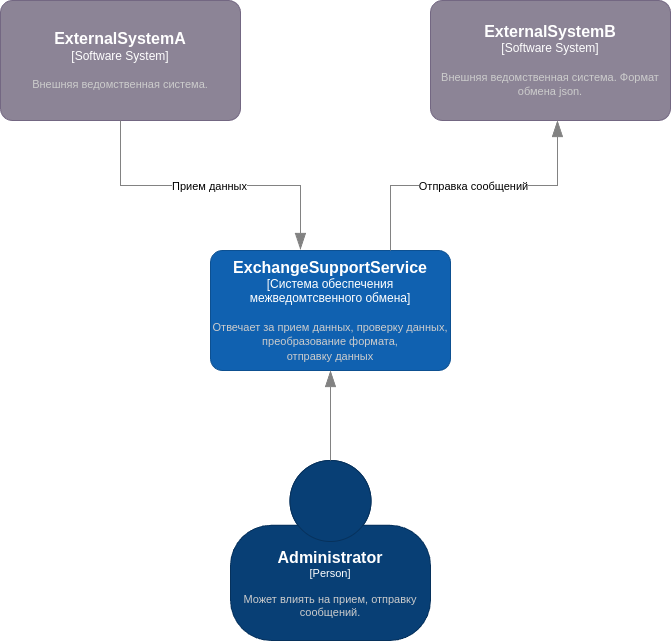
Above: docs/architecture/c4-context.drawio.png in StasMerzlyakov/exchange-support-center (draw.io), before the change. Source tidied: cells renumbered, new cells last; positions are measured from the earlier drawing's top-left corner, leaving out a move shared by most shapes. Its diagram source:
```xml
<mxGraphModel>
  <root>
    <mxCell id="0" />
    <mxCell id="1" parent="0" />
    <object id="2" label="&lt;font style=&quot;font-size: 16px&quot;&gt;&lt;b&gt;%c4Name%&lt;/b&gt;&lt;/font&gt;&lt;div&gt;[%c4Type%]&lt;/div&gt;&lt;br&gt;&lt;div&gt;&lt;font style=&quot;font-size: 11px&quot;&gt;&lt;font color=&quot;#cccccc&quot;&gt;%c4Description%&lt;/font&gt;&lt;/div&gt;" c4Description="Отвечает за прием данных, проверку данных, преобразование формата, &#10;отправку данных" c4Name="ExchangeSupportService" c4Type="Система обеспечения межведомтсвенного обмена" placeholders="1">
      <mxCell style="rounded=1;whiteSpace=wrap;html=1;labelBackgroundColor=none;fillColor=#1061B0;fontColor=#ffffff;align=center;arcSize=10;strokeColor=#0D5091;points=[[0.25,0,0],[0.5,0,0],[0.75,0,0],[1,0.25,0],[1,0.5,0],[1,0.75,0],[0.75,1,0],[0.5,1,0],[0.25,1,0],[0,0.75,0],[0,0.5,0],[0,0.25,0]];" parent="1" vertex="1">
        <mxGeometry x="210" y="250" width="240" height="120" as="geometry" />
      </mxCell>
    </object>
    <object id="3" label="&lt;font style=&quot;font-size: 16px&quot;&gt;&lt;b&gt;%c4Name%&lt;/b&gt;&lt;/font&gt;&lt;div&gt;[%c4Type%]&lt;/div&gt;&lt;br&gt;&lt;div&gt;&lt;font style=&quot;font-size: 11px&quot;&gt;&lt;font color=&quot;#cccccc&quot;&gt;%c4Description%&lt;/font&gt;&lt;/div&gt;" c4Description="Внешняя ведомственная система." c4Name="ExternalSystemA" c4Type="Software System" placeholders="1">
      <mxCell style="rounded=1;whiteSpace=wrap;html=1;labelBackgroundColor=none;fillColor=#8C8496;fontColor=#ffffff;align=center;arcSize=10;strokeColor=#736782;points=[[0.25,0,0],[0.5,0,0],[0.75,0,0],[1,0.25,0],[1,0.5,0],[1,0.75,0],[0.75,1,0],[0.5,1,0],[0.25,1,0],[0,0.75,0],[0,0.5,0],[0,0.25,0]];" parent="1" vertex="1">
        <mxGeometry width="240" height="120" as="geometry" />
      </mxCell>
    </object>
    <object id="4" label="&lt;font style=&quot;font-size: 16px&quot;&gt;&lt;b&gt;%c4Name%&lt;/b&gt;&lt;/font&gt;&lt;div&gt;[%c4Type%]&lt;/div&gt;&lt;br&gt;&lt;div&gt;&lt;font style=&quot;font-size: 11px&quot;&gt;&lt;font color=&quot;#cccccc&quot;&gt;%c4Description%&lt;/font&gt;&lt;/div&gt;" c4Description="Внешняя ведомственная система. Формат обмена json." c4Name="ExternalSystemB" c4Type="Software System" placeholders="1">
      <mxCell style="rounded=1;whiteSpace=wrap;html=1;labelBackgroundColor=none;fillColor=#8C8496;fontColor=#ffffff;align=center;arcSize=10;strokeColor=#736782;points=[[0.25,0,0],[0.5,0,0],[0.75,0,0],[1,0.25,0],[1,0.5,0],[1,0.75,0],[0.75,1,0],[0.5,1,0],[0.25,1,0],[0,0.75,0],[0,0.5,0],[0,0.25,0]];" parent="1" vertex="1">
        <mxGeometry x="430" width="240" height="120" as="geometry" />
      </mxCell>
    </object>
    <object id="5" label="&lt;font style=&quot;font-size: 16px&quot;&gt;&lt;b&gt;%c4Name%&lt;/b&gt;&lt;/font&gt;&lt;div&gt;[%c4Type%]&lt;/div&gt;&lt;br&gt;&lt;div&gt;&lt;font style=&quot;font-size: 11px&quot;&gt;&lt;font color=&quot;#cccccc&quot;&gt;%c4Description%&lt;/font&gt;&lt;/div&gt;" c4Description="Может влиять на прием, отправку сообщений." c4Name="Administrator" c4Type="Person" placeholders="1">
      <mxCell style="html=1;fontSize=11;dashed=0;whiteSpace=wrap;fillColor=#083F75;strokeColor=#06315C;fontColor=#ffffff;shape=mxgraph.c4.person2;align=center;points=[[0.5,0,0],[1,0.5,0],[1,0.75,0],[0.75,1,0],[0.5,1,0],[0.25,1,0],[0,0.75,0],[0,0.5,0]];" parent="1" vertex="1">
        <mxGeometry x="230" y="460" width="200" height="180" as="geometry" />
      </mxCell>
    </object>
    <object id="6" label="&lt;div style=&quot;text-align: left&quot;&gt;&lt;div style=&quot;text-align: center&quot;&gt;&lt;b&gt;%c4Description%&lt;/b&gt;&lt;/div&gt;" c4Description="" c4Type="" placeholders="1">
      <mxCell style="endArrow=blockThin;html=1;fontSize=10;fontColor=#404040;strokeWidth=1;endFill=1;strokeColor=#828282;elbow=vertical;endSize=14;startSize=14;jumpStyle=arc;jumpSize=16;rounded=0;edgeStyle=orthogonalEdgeStyle;entryX=0.5;entryY=1;entryDx=0;entryDy=0;entryPerimeter=0;exitX=0.5;exitY=0;exitDx=0;exitDy=0;exitPerimeter=0;" parent="1" edge="1" source="5" target="2">
        <mxGeometry relative="1" as="geometry" />
      </mxCell>
    </object>
    <object id="7" label="&lt;div style=&quot;text-align: left&quot;&gt;&lt;div style=&quot;text-align: center&quot;&gt;&lt;b&gt;%c4Description%&lt;/b&gt;&lt;/div&gt;" c4Description="" c4Type="" placeholders="1">
      <mxCell style="endArrow=blockThin;html=1;fontSize=10;fontColor=#404040;strokeWidth=1;endFill=1;strokeColor=#828282;elbow=vertical;endSize=14;startSize=14;jumpStyle=arc;jumpSize=16;rounded=0;edgeStyle=orthogonalEdgeStyle;entryX=0.529;entryY=1;entryDx=0;entryDy=0;entryPerimeter=0;exitX=0.75;exitY=0;exitDx=0;exitDy=0;exitPerimeter=0;" parent="1" edge="1" source="2" target="4">
        <mxGeometry relative="1" as="geometry" />
      </mxCell>
    </object>
    <mxCell id="8" value="Отправка сообщений" style="edgeLabel;html=1;align=center;verticalAlign=middle;" parent="7" vertex="1">
      <mxGeometry x="-0.01" relative="1" as="geometry" />
    </mxCell>
    <object id="9" label="&lt;div style=&quot;text-align: left&quot;&gt;&lt;div style=&quot;text-align: center&quot;&gt;&lt;b&gt;%c4Description%&lt;/b&gt;&lt;/div&gt;" c4Description="" c4Type="" placeholders="1">
      <mxCell style="endArrow=blockThin;html=1;fontSize=10;fontColor=#404040;strokeWidth=1;endFill=1;strokeColor=#828282;elbow=vertical;endSize=14;startSize=14;jumpStyle=arc;jumpSize=16;rounded=0;edgeStyle=orthogonalEdgeStyle;entryX=0.375;entryY=-0.008;entryDx=0;entryDy=0;entryPerimeter=0;exitX=0.5;exitY=1;exitDx=0;exitDy=0;exitPerimeter=0;" parent="1" edge="1" source="3" target="2">
        <mxGeometry relative="1" as="geometry" />
      </mxCell>
    </object>
    <mxCell id="10" value="Прием данных" style="edgeLabel;html=1;align=center;verticalAlign=middle;" parent="9" vertex="1">
      <mxGeometry x="-0.01" relative="1" as="geometry" />
    </mxCell>
  </root>
</mxGraphModel>
```
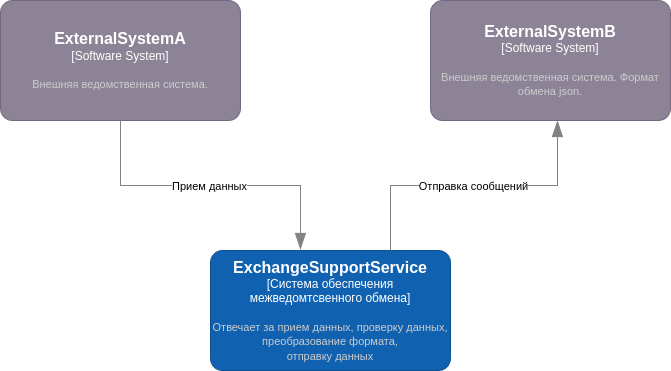
After the change.

Change to the diagram source:
```diff
@@ -17,16 +17,6 @@
         <mxGeometry x="430" width="240" height="120" as="geometry" />
       </mxCell>
     </object>
-    <object id="5" label="&lt;font style=&quot;font-size: 16px&quot;&gt;&lt;b&gt;%c4Name%&lt;/b&gt;&lt;/font&gt;&lt;div&gt;[%c4Type%]&lt;/div&gt;&lt;br&gt;&lt;div&gt;&lt;font style=&quot;font-size: 11px&quot;&gt;&lt;font color=&quot;#cccccc&quot;&gt;%c4Description%&lt;/font&gt;&lt;/div&gt;" c4Description="Может влиять на прием, отправку сообщений." c4Name="Administrator" c4Type="Person" placeholders="1">
-      <mxCell style="html=1;fontSize=11;dashed=0;whiteSpace=wrap;fillColor=#083F75;strokeColor=#06315C;fontColor=#ffffff;shape=mxgraph.c4.person2;align=center;points=[[0.5,0,0],[1,0.5,0],[1,0.75,0],[0.75,1,0],[0.5,1,0],[0.25,1,0],[0,0.75,0],[0,0.5,0]];" parent="1" vertex="1">
-        <mxGeometry x="230" y="460" width="200" height="180" as="geometry" />
-      </mxCell>
-    </object>
-    <object id="6" label="&lt;div style=&quot;text-align: left&quot;&gt;&lt;div style=&quot;text-align: center&quot;&gt;&lt;b&gt;%c4Description%&lt;/b&gt;&lt;/div&gt;" c4Description="" c4Type="" placeholders="1">
-      <mxCell style="endArrow=blockThin;html=1;fontSize=10;fontColor=#404040;strokeWidth=1;endFill=1;strokeColor=#828282;elbow=vertical;endSize=14;startSize=14;jumpStyle=arc;jumpSize=16;rounded=0;edgeStyle=orthogonalEdgeStyle;entryX=0.5;entryY=1;entryDx=0;entryDy=0;entryPerimeter=0;exitX=0.5;exitY=0;exitDx=0;exitDy=0;exitPerimeter=0;" parent="1" edge="1" source="5" target="2">
-        <mxGeometry relative="1" as="geometry" />
-      </mxCell>
-    </object>
     <object id="7" label="&lt;div style=&quot;text-align: left&quot;&gt;&lt;div style=&quot;text-align: center&quot;&gt;&lt;b&gt;%c4Description%&lt;/b&gt;&lt;/div&gt;" c4Description="" c4Type="" placeholders="1">
       <mxCell style="endArrow=blockThin;html=1;fontSize=10;fontColor=#404040;strokeWidth=1;endFill=1;strokeColor=#828282;elbow=vertical;endSize=14;startSize=14;jumpStyle=arc;jumpSize=16;rounded=0;edgeStyle=orthogonalEdgeStyle;entryX=0.529;entryY=1;entryDx=0;entryDy=0;entryPerimeter=0;exitX=0.75;exitY=0;exitDx=0;exitDy=0;exitPerimeter=0;" parent="1" edge="1" source="2" target="4">
         <mxGeometry relative="1" as="geometry" />
```
